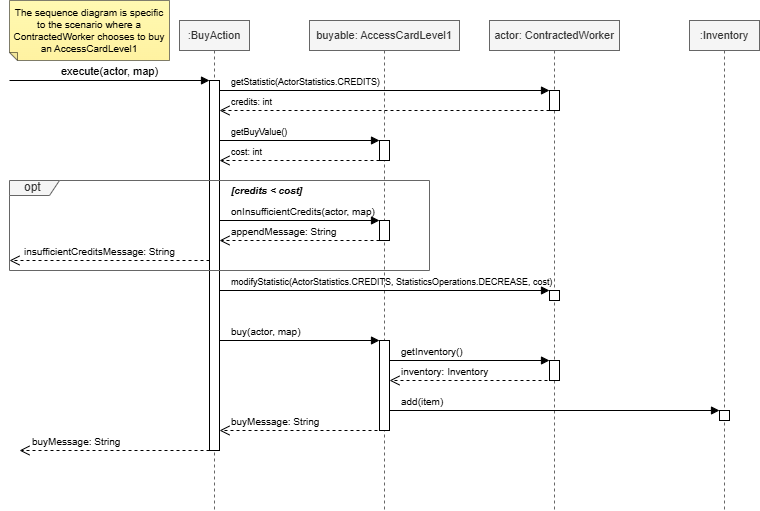
Above: docs/design/assignment2/REQ1-sequence-diagram.png in JaxHuInMonash/Garbage-Collection-Inc. (draw.io), before the change. Source tidied: cells renumbered, new cells last; positions are measured from the earlier drawing's top-left corner, leaving out a move shared by most shapes. Its diagram source:
```xml
<mxGraphModel>
  <root>
    <mxCell id="0" />
    <mxCell id="1" parent="0" />
    <mxCell id="2" value="The sequence diagram is specific to the scenario where a ContractedWorker chooses to buy an AccessCardLevel1" style="shape=note;whiteSpace=wrap;html=1;backgroundOutline=1;autosizeText=1;fontColor=#000000;darkOpacity=0.05;fillColor=#FFF9B2;strokeColor=default;fillStyle=solid;fontSize=10;direction=west;gradientDirection=north;gradientColor=#FFF2A1;shadow=0;size=8;strokeWidth=0.5;align=center;" parent="1" vertex="1">
      <mxGeometry width="160" height="60" as="geometry" />
    </mxCell>
    <mxCell id="3" value="&lt;font style=&quot;font-size: 11px;&quot;&gt;:BuyAction&lt;/font&gt;" style="shape=umlLifeline;perimeter=lifelinePerimeter;whiteSpace=wrap;html=1;newEdgeStyle={&quot;curved&quot;:0,&quot;rounded&quot;:0};size=30;fillColor=#f5f5f5;fontColor=#333333;strokeColor=#666666;" parent="1" vertex="1">
      <mxGeometry x="170" y="20" width="70" height="490" as="geometry" />
    </mxCell>
    <mxCell id="4" style="html=1;points=[[0,0,0,0,5],[0,1,0,0,-5],[1,0,0,0,5],[1,1,0,0,-5]];perimeter=orthogonalPerimeter;outlineConnect=0;targetShapes=umlLifeline;portConstraint=eastwest;newEdgeStyle={&quot;curved&quot;:0,&quot;rounded&quot;:0};" parent="3" vertex="1">
      <mxGeometry x="30" y="60" width="10" height="370" as="geometry" />
    </mxCell>
    <mxCell id="5" value="execute(actor, map)" style="html=1;verticalAlign=bottom;endArrow=block;curved=0;rounded=0;" parent="1" edge="1" target="4">
      <mxGeometry relative="1" as="geometry">
        <mxPoint y="80" as="sourcePoint" />
      </mxGeometry>
    </mxCell>
    <mxCell id="6" value="&lt;font style=&quot;font-size: 11px;&quot;&gt;buyable: AccessCardLevel1&lt;/font&gt;" style="shape=umlLifeline;perimeter=lifelinePerimeter;whiteSpace=wrap;html=1;newEdgeStyle={&quot;curved&quot;:0,&quot;rounded&quot;:0};size=30;fillColor=#f5f5f5;fontColor=#333333;strokeColor=#666666;fillStyle=auto;" parent="1" vertex="1">
      <mxGeometry x="300" y="20" width="150" height="490" as="geometry" />
    </mxCell>
    <mxCell id="7" style="html=1;points=[[0,0,0,0,5],[0,1,0,0,-5],[1,0,0,0,5],[1,1,0,0,-5]];perimeter=orthogonalPerimeter;outlineConnect=0;targetShapes=umlLifeline;portConstraint=eastwest;newEdgeStyle={&quot;curved&quot;:0,&quot;rounded&quot;:0};" parent="6" vertex="1">
      <mxGeometry x="70" y="120" width="10" height="20" as="geometry" />
    </mxCell>
    <mxCell id="8" style="html=1;points=[[0,0,0,0,5],[0,1,0,0,-5],[1,0,0,0,5],[1,1,0,0,-5]];perimeter=orthogonalPerimeter;outlineConnect=0;targetShapes=umlLifeline;portConstraint=eastwest;newEdgeStyle={&quot;curved&quot;:0,&quot;rounded&quot;:0};" parent="6" vertex="1">
      <mxGeometry x="70" y="320" width="10" height="90" as="geometry" />
    </mxCell>
    <mxCell id="9" value="opt&amp;nbsp;" style="shape=umlFrame;whiteSpace=wrap;html=1;width=50;height=15;align=center;fillColor=#f5f5f5;fontColor=#333333;strokeColor=#666666;gradientColor=none;" parent="1" vertex="1">
      <mxGeometry y="180" width="420" height="90" as="geometry" />
    </mxCell>
    <mxCell id="10" value="&lt;span&gt;&lt;i&gt;&lt;b&gt;[credits &amp;lt; cost]&lt;/b&gt;&lt;/i&gt;&lt;/span&gt;" style="text;html=1;whiteSpace=wrap;strokeColor=none;fillColor=none;align=left;verticalAlign=middle;rounded=0;fontSize=10;" parent="1" vertex="1">
      <mxGeometry x="220" y="180" width="340" height="20" as="geometry" />
    </mxCell>
    <mxCell id="11" value="&lt;font style=&quot;font-size: 10px;&quot;&gt;onInsufficientCredits(actor, map)&lt;/font&gt;" style="html=1;verticalAlign=bottom;endArrow=block;curved=0;rounded=0;align=left;labelBackgroundColor=none;" parent="1" edge="1" target="22">
      <mxGeometry x="-0.88" relative="1" as="geometry">
        <mxPoint x="210" y="220" as="sourcePoint" />
      </mxGeometry>
    </mxCell>
    <mxCell id="12" value="&lt;font style=&quot;font-size: 10px;&quot;&gt;appendMessage: String&lt;/font&gt;" style="html=1;verticalAlign=bottom;endArrow=open;dashed=1;endSize=8;curved=0;rounded=0;align=left;" parent="1" edge="1" source="22">
      <mxGeometry x="0.88" relative="1" as="geometry">
        <mxPoint x="210" y="240" as="targetPoint" />
      </mxGeometry>
    </mxCell>
    <mxCell id="13" value="&lt;div style=&quot;&quot;&gt;&lt;font size=&quot;1&quot;&gt;insufficientCreditsMessage: String&lt;/font&gt;&lt;/div&gt;" style="html=1;verticalAlign=bottom;endArrow=open;dashed=1;endSize=8;curved=0;rounded=0;align=left;" parent="1" edge="1" source="4">
      <mxGeometry x="0.87" relative="1" as="geometry">
        <mxPoint y="260" as="targetPoint" />
      </mxGeometry>
    </mxCell>
    <mxCell id="14" value="&lt;span style=&quot;text-wrap-mode: wrap;&quot;&gt;&lt;font style=&quot;font-size: 9px;&quot;&gt;getStatistic(ActorStatistics.CREDITS)&lt;/font&gt;&lt;/span&gt;" style="html=1;verticalAlign=bottom;endArrow=block;curved=0;rounded=0;labelBackgroundColor=none;align=left;" parent="1" edge="1" target="17">
      <mxGeometry x="-0.94" relative="1" as="geometry">
        <mxPoint x="210" y="90" as="sourcePoint" />
      </mxGeometry>
    </mxCell>
    <mxCell id="15" value="&lt;font style=&quot;font-size: 9px;&quot;&gt;credits: int&lt;/font&gt;" style="html=1;verticalAlign=bottom;endArrow=open;dashed=1;endSize=8;curved=0;rounded=0;labelBackgroundColor=none;align=left;" parent="1" edge="1" source="17">
      <mxGeometry x="0.94" relative="1" as="geometry">
        <mxPoint x="210" y="110" as="targetPoint" />
      </mxGeometry>
    </mxCell>
    <mxCell id="16" value="&lt;font style=&quot;font-size: 11px;&quot;&gt;actor: ContractedWorker&lt;/font&gt;" style="shape=umlLifeline;perimeter=lifelinePerimeter;whiteSpace=wrap;html=1;newEdgeStyle={&quot;curved&quot;:0,&quot;rounded&quot;:0};size=30;fillColor=#f5f5f5;fontColor=#333333;strokeColor=#666666;" parent="1" vertex="1">
      <mxGeometry x="480" y="20" width="130" height="490" as="geometry" />
    </mxCell>
    <mxCell id="17" style="html=1;points=[[0,0,0,0,5],[0,1,0,0,-5],[1,0,0,0,5],[1,1,0,0,-5]];perimeter=orthogonalPerimeter;outlineConnect=0;targetShapes=umlLifeline;portConstraint=eastwest;newEdgeStyle={&quot;curved&quot;:0,&quot;rounded&quot;:0};" parent="16" vertex="1">
      <mxGeometry x="60" y="70" width="10" height="20" as="geometry" />
    </mxCell>
    <mxCell id="18" style="html=1;points=[[0,0,0,0,5],[0,1,0,0,-5],[1,0,0,0,5],[1,1,0,0,-5]];perimeter=orthogonalPerimeter;outlineConnect=0;targetShapes=umlLifeline;portConstraint=eastwest;newEdgeStyle={&quot;curved&quot;:0,&quot;rounded&quot;:0};" parent="16" vertex="1">
      <mxGeometry x="60" y="270" width="10" height="10" as="geometry" />
    </mxCell>
    <mxCell id="19" style="html=1;perimeter=orthogonalPerimeter;targetShapes=umlLifeline;newEdgeStyle={&quot;curved&quot;:0,&quot;rounded&quot;:0};" parent="16" vertex="1">
      <mxGeometry x="60" y="340" width="10" height="20" as="geometry" />
    </mxCell>
    <mxCell id="20" value="&lt;span style=&quot;text-wrap-mode: wrap;&quot;&gt;&lt;font style=&quot;font-size: 9px;&quot;&gt;getBuyValue()&lt;/font&gt;&lt;/span&gt;" style="html=1;verticalAlign=bottom;endArrow=block;curved=0;rounded=0;labelBackgroundColor=none;align=left;" parent="1" edge="1" target="7">
      <mxGeometry x="-0.88" relative="1" as="geometry">
        <mxPoint x="210" y="140" as="sourcePoint" />
      </mxGeometry>
    </mxCell>
    <mxCell id="21" value="&lt;font style=&quot;font-size: 9px;&quot;&gt;cost: int&lt;/font&gt;" style="html=1;verticalAlign=bottom;endArrow=open;dashed=1;endSize=8;curved=0;rounded=0;labelBackgroundColor=none;align=left;" parent="1" edge="1" source="7">
      <mxGeometry x="0.88" relative="1" as="geometry">
        <mxPoint x="210" y="160" as="targetPoint" />
      </mxGeometry>
    </mxCell>
    <mxCell id="22" style="html=1;points=[[0,0,0,0,5],[0,1,0,0,-5],[1,0,0,0,5],[1,1,0,0,-5]];perimeter=orthogonalPerimeter;outlineConnect=0;targetShapes=umlLifeline;portConstraint=eastwest;newEdgeStyle={&quot;curved&quot;:0,&quot;rounded&quot;:0};" parent="1" vertex="1">
      <mxGeometry x="370" y="220" width="10" height="20" as="geometry" />
    </mxCell>
    <mxCell id="23" value="&lt;div style=&quot;&quot;&gt;&lt;span style=&quot;font-size: 9px; text-wrap-mode: wrap; background-color: transparent; color: light-dark(rgb(0, 0, 0), rgb(255, 255, 255));&quot;&gt;modifyStatistic(ActorStatistics.CREDITS,&amp;nbsp;&lt;/span&gt;&lt;span style=&quot;background-color: transparent; color: light-dark(rgb(0, 0, 0), rgb(255, 255, 255)); font-size: 9px; text-wrap-mode: wrap;&quot;&gt;StatisticsOperations.DECREASE,&amp;nbsp;&lt;/span&gt;&lt;span style=&quot;background-color: transparent; color: light-dark(rgb(0, 0, 0), rgb(255, 255, 255)); font-size: 9px; text-wrap-mode: wrap;&quot;&gt;cost)&lt;/span&gt;&lt;/div&gt;" style="html=1;verticalAlign=bottom;endArrow=block;curved=0;rounded=0;labelBackgroundColor=none;align=left;" parent="1" edge="1" target="18">
      <mxGeometry x="-0.94" relative="1" as="geometry">
        <mxPoint x="210" y="290" as="sourcePoint" />
      </mxGeometry>
    </mxCell>
    <mxCell id="24" value="&lt;span style=&quot;font-size: 11px;&quot;&gt;:Inventory&lt;/span&gt;" style="shape=umlLifeline;perimeter=lifelinePerimeter;whiteSpace=wrap;html=1;newEdgeStyle={&quot;curved&quot;:0,&quot;rounded&quot;:0};size=30;fillColor=#f5f5f5;fontColor=#333333;strokeColor=#666666;" parent="1" vertex="1">
      <mxGeometry x="680" y="20" width="70" height="490" as="geometry" />
    </mxCell>
    <mxCell id="25" style="html=1;perimeter=orthogonalPerimeter;targetShapes=umlLifeline;newEdgeStyle={&quot;curved&quot;:0,&quot;rounded&quot;:0};" parent="24" vertex="1">
      <mxGeometry x="30" y="390" width="10" height="10" as="geometry" />
    </mxCell>
    <mxCell id="26" value="&lt;font style=&quot;font-size: 10px;&quot;&gt;getInventory()&lt;/font&gt;" style="html=1;verticalAlign=bottom;endArrow=block;curved=0;rounded=0;align=left;" parent="1" edge="1">
      <mxGeometry x="-0.88" relative="1" as="geometry">
        <mxPoint x="380" y="360" as="sourcePoint" />
        <mxPoint x="540" y="360" as="targetPoint" />
      </mxGeometry>
    </mxCell>
    <mxCell id="27" value="&lt;font style=&quot;font-size: 10px;&quot;&gt;add(item)&lt;/font&gt;" style="html=1;verticalAlign=bottom;endArrow=block;curved=0;rounded=0;align=left;" parent="1" edge="1" source="8">
      <mxGeometry x="-0.94" relative="1" as="geometry">
        <mxPoint x="710" y="410" as="targetPoint" />
      </mxGeometry>
    </mxCell>
    <mxCell id="28" value="&lt;span style=&quot;font-size: 10px;&quot;&gt;inventory: Inventory&lt;/span&gt;" style="html=1;verticalAlign=bottom;endArrow=open;dashed=1;endSize=8;curved=0;rounded=0;align=left;" parent="1" edge="1">
      <mxGeometry x="0.88" relative="1" as="geometry">
        <mxPoint x="550" y="380" as="sourcePoint" />
        <mxPoint x="380" y="380" as="targetPoint" />
      </mxGeometry>
    </mxCell>
    <mxCell id="29" value="&lt;span style=&quot;font-size: 10px;&quot;&gt;buyMessage: String&lt;/span&gt;" style="html=1;verticalAlign=bottom;endArrow=open;dashed=1;endSize=8;curved=0;rounded=0;align=left;" parent="1" edge="1">
      <mxGeometry x="0.88" relative="1" as="geometry">
        <mxPoint x="380" y="430" as="sourcePoint" />
        <mxPoint x="210" y="430" as="targetPoint" />
      </mxGeometry>
    </mxCell>
    <mxCell id="30" value="&lt;span style=&quot;font-size: 10px;&quot;&gt;buyMessage: String&lt;/span&gt;" style="html=1;verticalAlign=bottom;endArrow=open;dashed=1;endSize=8;curved=0;rounded=0;align=left;" parent="1" edge="1">
      <mxGeometry x="0.88" relative="1" as="geometry">
        <mxPoint x="200" y="450" as="sourcePoint" />
        <mxPoint x="10" y="450" as="targetPoint" />
      </mxGeometry>
    </mxCell>
    <mxCell id="31" value="&lt;font style=&quot;font-size: 10px;&quot;&gt;buy(actor, map)&lt;/font&gt;" style="html=1;verticalAlign=bottom;endArrow=block;curved=0;rounded=0;align=left;" parent="1" edge="1" source="4" target="8">
      <mxGeometry x="-0.88" relative="1" as="geometry" />
    </mxCell>
  </root>
</mxGraphModel>
```
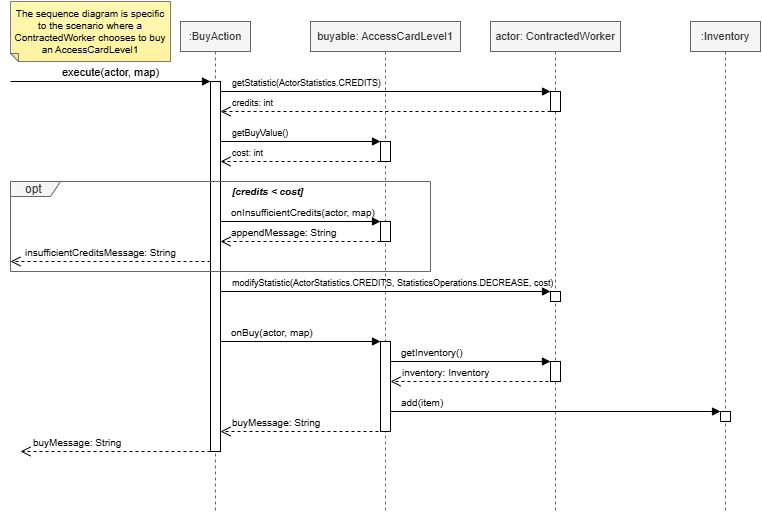
After the change.

Commit message:
Recreated Javadocs/UML/Sequence Diagram

Change to the diagram source:
```diff
@@ -121,7 +121,7 @@
         <mxPoint x="10" y="450" as="targetPoint" />
       </mxGeometry>
     </mxCell>
-    <mxCell id="31" value="&lt;font style=&quot;font-size: 10px;&quot;&gt;buy(actor, map)&lt;/font&gt;" style="html=1;verticalAlign=bottom;endArrow=block;curved=0;rounded=0;align=left;" parent="1" edge="1" source="4" target="8">
+    <mxCell id="31" value="&lt;font style=&quot;font-size: 10px;&quot;&gt;onBuy(actor, map)&lt;/font&gt;" style="html=1;verticalAlign=bottom;endArrow=block;curved=0;rounded=0;align=left;" parent="1" edge="1" source="4" target="8">
       <mxGeometry x="-0.88" relative="1" as="geometry" />
     </mxCell>
   </root>
```
